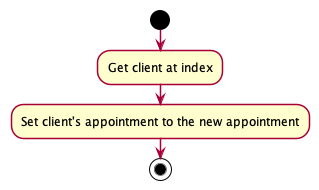
Before: docs/images/ScheduleCommandExecuteActivityDiagram.png, a diagram exported from PlantUML (nus-cs2103-AY2122S1/tp). The source it was exported from:
```plantuml
@startuml
!include style.puml

start
:Get client at index;
:Set client's appointment to the new appointment;

stop

@enduml
```
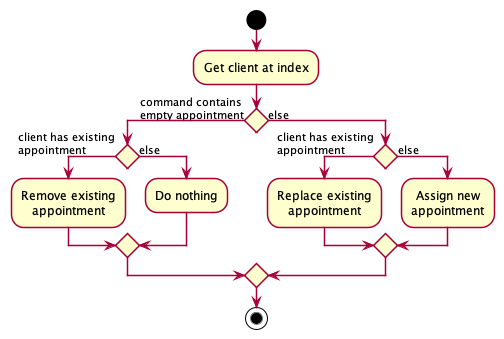
After the commit.

Commit message:
Update DG for schedule feature

Diff of the diagram source:
```diff
@@ -3,7 +3,19 @@
 
 start
 :Get client at index;
-:Set client's appointment to the new appointment;
+if () then (command contains\nempty appointment)
+    if () then (client has existing\nappointment)
+        :Remove existing\nappointment;
+    else (else)
+        :Do nothing;
+    endif
+else (else)
+    if () then (client has existing\nappointment)
+        :Replace existing\nappointment;
+    else (else)
+        :Assign new\nappointment;
+    endif
+endif
 
 stop
 
```
